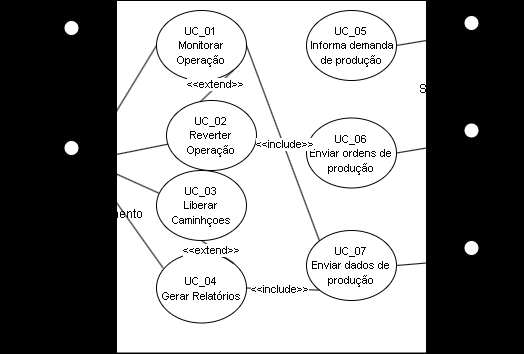
gbalbuquerque/IndustriaTintas keeps this draw.io diagram as assets/UseCases.png. Above is the earlier version. Source tidied: cells renumbered, new cells last; positions are measured from the earlier drawing's top-left corner, leaving out a move shared by most shapes.
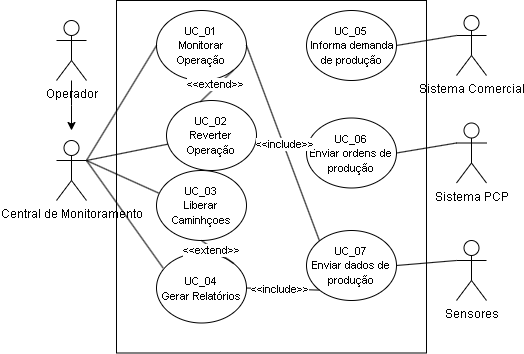
Above is the later version.

Commit message:
docs: adição dos diagramas de casos de uso

Diff of the diagram source:
```diff
@@ -1,4 +1,4 @@
-<mxGraphModel background="#000000">
+<mxGraphModel background="#FFFFFF">
   <root>
     <mxCell id="0" />
     <mxCell id="1" parent="0" />
```
